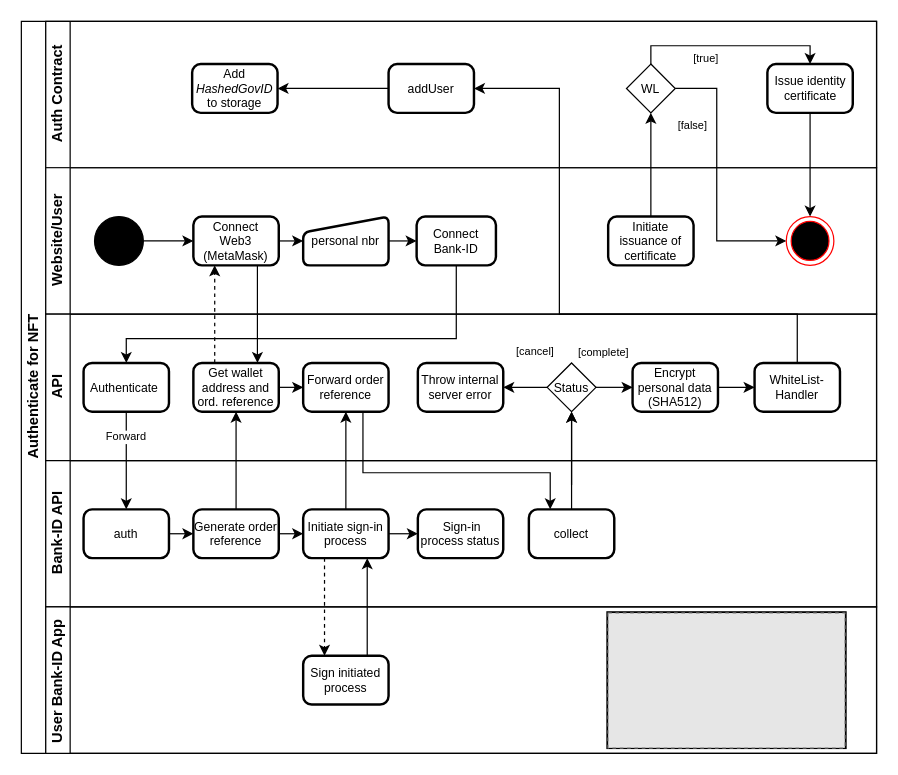
PaulMoustakas/Project-T keeps this draw.io diagram as TokanizedBankID.drawio.drawio. Above is the earlier version. Source tidied: cells renumbered, new cells numbered last; positions are measured from the earlier drawing's top-left corner, leaving out a move shared by most shapes. Both pictures are drawn from the tidied source at 122%, with x=0, y=0 at pixel (21, 21). Pictures stored in the file or linked from it are replaced by grey dashed boxes.
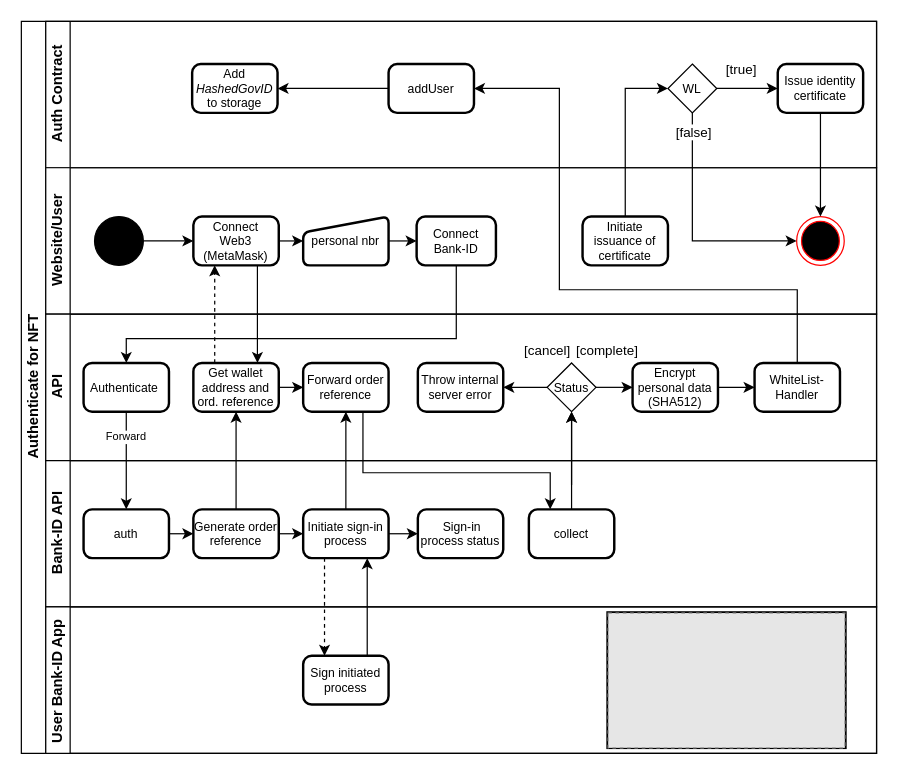
The same diagram, later.

The change refers to these unchanged cells:
```xml
<mxCell id="2" value="Authenticate for NFT" style="swimlane;html=1;horizontal=0;startSize=20;" parent="1" vertex="1">
  <mxGeometry width="701" height="600" as="geometry" />
</mxCell>
<mxCell id="7" value="Auth Contract" style="swimlane;html=1;startSize=20;horizontal=0;" parent="2" vertex="1">
  <mxGeometry x="20" width="681" height="120" as="geometry" />
</mxCell>
<mxCell id="10" value="&lt;span style=&quot;font-size: 10px&quot;&gt;addUser&lt;/span&gt;" style="rounded=1;html=1;absoluteArcSize=1;arcSize=14;strokeWidth=2;fontSize=7;whiteSpace=wrap;" parent="7" vertex="1">
  <mxGeometry x="281" y="35" width="70" height="40" as="geometry" />
</mxCell>
<mxCell id="16" value="Website/User" style="swimlane;html=1;startSize=20;horizontal=0;" parent="2" vertex="1">
  <mxGeometry x="20" y="120" width="681" height="120" as="geometry" />
</mxCell>
<mxCell id="26" value="API" style="swimlane;html=1;startSize=20;horizontal=0;" parent="2" vertex="1">
  <mxGeometry x="20" y="240" width="681" height="120" as="geometry" />
</mxCell>
<mxCell id="29" value="&lt;font style=&quot;font-size: 10px&quot;&gt;Encrypt personal data&lt;br&gt;(SHA512)&lt;br&gt;&lt;/font&gt;" style="rounded=1;html=1;absoluteArcSize=1;arcSize=14;strokeWidth=2;fontSize=7;whiteSpace=wrap;" parent="26" vertex="1">
  <mxGeometry x="481" y="40" width="70" height="40" as="geometry" />
</mxCell>
<mxCell id="30" value="&lt;font style=&quot;font-size: 10px&quot;&gt;Forward order reference&lt;/font&gt;" style="rounded=1;html=1;absoluteArcSize=1;arcSize=14;strokeWidth=2;fontSize=7;whiteSpace=wrap;" parent="26" vertex="1">
  <mxGeometry x="211" y="40" width="70" height="40" as="geometry" />
</mxCell>
<mxCell id="32" value="&lt;font style=&quot;font-size: 10px&quot;&gt;Status&lt;/font&gt;" style="rhombus;whiteSpace=wrap;html=1;fontFamily=Helvetica;fontSize=12;fontColor=#000000;align=center;" parent="26" vertex="1">
  <mxGeometry x="411" y="40" width="40" height="40" as="geometry" />
</mxCell>
<mxCell id="35" value="&lt;font style=&quot;font-size: 10px&quot;&gt;WhiteList-Handler&lt;/font&gt;" style="rounded=1;html=1;absoluteArcSize=1;arcSize=14;strokeWidth=2;fontSize=7;whiteSpace=wrap;" parent="26" vertex="1">
  <mxGeometry x="581" y="40" width="70" height="40" as="geometry" />
</mxCell>
<mxCell id="36" value="&lt;span style=&quot;font-size: 10px&quot;&gt;Throw internal server error&lt;/span&gt;" style="rounded=1;html=1;absoluteArcSize=1;arcSize=14;strokeWidth=2;fontSize=7;whiteSpace=wrap;" parent="26" vertex="1">
  <mxGeometry x="305" y="40" width="70" height="40" as="geometry" />
</mxCell>
<mxCell id="44" value="&lt;font style=&quot;font-size: 10px&quot;&gt;Initiate sign-in process&lt;/font&gt;" style="rounded=1;html=1;absoluteArcSize=1;arcSize=14;strokeWidth=2;fontSize=7;whiteSpace=wrap;" parent="39" vertex="1">
  <mxGeometry x="211" y="40" width="70" height="40" as="geometry" />
</mxCell>
<mxCell id="47" value="&lt;font style=&quot;font-size: 10px&quot;&gt;collect&lt;/font&gt;" style="rounded=1;html=1;absoluteArcSize=1;arcSize=14;strokeWidth=2;fontSize=7;whiteSpace=wrap;" parent="39" vertex="1">
  <mxGeometry x="396" y="40" width="70" height="40" as="geometry" />
</mxCell>
```

Change to the diagram source:
```diff
@@
+    <mxCell id="14" value="[true]" style="edgeStyle=orthogonalEdgeStyle;rounded=0;jettySize=auto;html=1;exitX=1;exitY=0.5;exitDx=0;exitDy=0;entryX=0;entryY=0.5;entryDx=0;entryDy=0;" parent="7" edge="1" source="8" target="12">
+      <mxGeometry x="-0.2" y="15" relative="1" as="geometry" />
+    </mxCell>
     <mxCell id="8" value="&lt;font style=&quot;font-size: 10px&quot;&gt;WL&lt;/font&gt;" style="rhombus;whiteSpace=wrap;html=1;fontFamily=Helvetica;fontSize=12;fontColor=#000000;align=center;" parent="7" vertex="1">
-      <mxGeometry x="476" y="35" width="40" height="40" as="geometry" />
+      <mxGeometry x="510" y="35" width="40" height="40" as="geometry" />
     </mxCell>
@@
     <mxCell id="12" value="&lt;font style=&quot;font-size: 10px&quot;&gt;Issue identity certificate&lt;/font&gt;" style="rounded=1;html=1;absoluteArcSize=1;arcSize=14;strokeWidth=2;fontSize=7;whiteSpace=wrap;" parent="7" vertex="1">
-      <mxGeometry x="591.5" y="35" width="70" height="40" as="geometry" />
+      <mxGeometry x="600" y="35" width="70" height="40" as="geometry" />
     </mxCell>
-    <mxCell id="13" style="edgeStyle=orthogonalEdgeStyle;rounded=0;jettySize=auto;html=1;fontSize=7;exitX=0.5;exitY=0;exitDx=0;exitDy=0;entryX=0.5;entryY=0;entryDx=0;entryDy=0;" parent="7" edge="1" source="8" target="12">
-      <mxGeometry relative="1" as="geometry">
-        <Array as="points">
-          <mxPoint x="496" y="20" />
-          <mxPoint x="627" y="20" />
-        </Array>
-      </mxGeometry>
-    </mxCell>
-    <mxCell id="14" value="&lt;font style=&quot;font-size: 9px&quot;&gt;[true]&lt;/font&gt;" style="edgeLabel;html=1;align=center;verticalAlign=middle;fontSize=7;" parent="13" vertex="1">
-      <mxGeometry x="-0.38" y="-1" relative="1" as="geometry">
-        <mxPoint x="9" y="9" as="offset" />
-      </mxGeometry>
-    </mxCell>
     <mxCell id="15" style="edgeStyle=orthogonalEdgeStyle;rounded=0;jettySize=auto;html=1;fontSize=7;strokeColor=default;exitX=0.5;exitY=0;exitDx=0;exitDy=0;entryX=1;entryY=0.5;entryDx=0;entryDy=0;" parent="2" edge="1" source="35" target="10">
       <mxGeometry relative="1" as="geometry">
         <Array as="points">
-          <mxPoint x="636" y="240" />
-          <mxPoint x="441" y="240" />
+          <mxPoint x="636" y="220" />
+          <mxPoint x="441" y="220" />
           <mxPoint x="441" y="55" />
         </Array>
       </mxGeometry>
     </mxCell>
@@
     <mxCell id="24" value="&lt;font style=&quot;font-size: 10px&quot;&gt;Initiate issuance of certificate&lt;/font&gt;" style="rounded=1;html=1;absoluteArcSize=1;arcSize=14;strokeWidth=2;fontSize=7;whiteSpace=wrap;" parent="16" vertex="1">
-      <mxGeometry x="461" y="40" width="70" height="40" as="geometry" />
+      <mxGeometry x="440" y="40" width="70" height="40" as="geometry" />
     </mxCell>
     <mxCell id="25" style="ellipse;html=1;shape=endState;fillColor=#000000;strokeColor=#ff0000;fontSize=9;" parent="16" vertex="1">
-      <mxGeometry x="607" y="40" width="39" height="40" as="geometry" />
+      <mxGeometry x="615.5" y="40" width="39" height="40" as="geometry" />
     </mxCell>
@@
-    <mxCell id="31" value="&lt;font style=&quot;font-size: 9px&quot;&gt;[cancel]&lt;/font&gt;" style="edgeStyle=orthogonalEdgeStyle;rounded=0;jettySize=auto;html=1;fontSize=10;strokeColor=default;exitX=0;exitY=0.5;exitDx=0;exitDy=0;entryX=1;entryY=0.5;entryDx=0;entryDy=0;" parent="26" edge="1" source="32" target="36">
-      <mxGeometry x="-0.44" y="-30" relative="1" as="geometry" />
+    <mxCell id="31" value="[cancel]" style="edgeStyle=orthogonalEdgeStyle;rounded=0;jettySize=auto;html=1;exitX=0;exitY=0.5;exitDx=0;exitDy=0;entryX=1;entryY=0.5;entryDx=0;entryDy=0;" parent="26" edge="1" source="32" target="36">
+      <mxGeometry x="-1" y="-30" relative="1" as="geometry" />
     </mxCell>
+    <mxCell id="37" value="[complete]" style="edgeStyle=orthogonalEdgeStyle;rounded=0;jettySize=auto;html=1;exitX=1;exitY=0.5;exitDx=0;exitDy=0;entryX=0;entryY=0.5;entryDx=0;entryDy=0;" parent="26" edge="1" source="32" target="29">
+      <mxGeometry x="-0.4" y="30" relative="1" as="geometry" />
+    </mxCell>
@@
-    <mxCell id="37" style="edgeStyle=orthogonalEdgeStyle;rounded=0;jettySize=auto;html=1;entryX=0;entryY=0.5;entryDx=0;entryDy=0;fontSize=11;exitX=1;exitY=0.5;exitDx=0;exitDy=0;" parent="26" edge="1" source="32" target="29">
-      <mxGeometry relative="1" as="geometry" />
-    </mxCell>
-    <mxCell id="38" value="&lt;font style=&quot;font-size: 9px&quot;&gt;&lt;span&gt;[c&lt;/span&gt;&lt;font style=&quot;font-size: 9px&quot;&gt;omplete&lt;/font&gt;&lt;span&gt;]&lt;/span&gt;&lt;/font&gt;" style="edgeLabel;html=1;align=center;verticalAlign=middle;fontSize=11;" parent="37" vertex="1">
-      <mxGeometry x="-0.39" y="2" relative="1" as="geometry">
-        <mxPoint x="-4" y="-28" as="offset" />
-      </mxGeometry>
-    </mxCell>
@@
-    <mxCell id="58" style="edgeStyle=orthogonalEdgeStyle;rounded=0;jettySize=auto;html=1;exitX=0.5;exitY=0;exitDx=0;exitDy=0;entryX=0.5;entryY=1;entryDx=0;entryDy=0;fontSize=10;strokeColor=default;" parent="2" edge="1" source="24" target="8">
+    <mxCell id="58" style="edgeStyle=orthogonalEdgeStyle;rounded=0;jettySize=auto;html=1;exitX=0.5;exitY=0;exitDx=0;exitDy=0;entryX=0;entryY=0.5;entryDx=0;entryDy=0;fontSize=10;strokeColor=default;" parent="2" edge="1" source="24" target="8">
       <mxGeometry relative="1" as="geometry">
         <Array as="points">
-          <mxPoint x="516" y="130" />
-          <mxPoint x="516" y="130" />
+          <mxPoint x="495" y="55" />
         </Array>
       </mxGeometry>
     </mxCell>
@@
+    <mxCell id="62" style="edgeStyle=orthogonalEdgeStyle;rounded=0;jettySize=auto;html=1;" parent="2" edge="1" source="44" target="30">
+      <mxGeometry relative="1" as="geometry" />
+    </mxCell>
+    <mxCell id="63" style="edgeStyle=orthogonalEdgeStyle;rounded=0;jettySize=auto;html=1;exitX=0.5;exitY=0;exitDx=0;exitDy=0;" parent="2" edge="1" source="47" target="32">
+      <mxGeometry relative="1" as="geometry" />
+    </mxCell>
-    <mxCell id="60" style="edgeStyle=orthogonalEdgeStyle;rounded=0;jettySize=auto;html=1;fontSize=10;strokeColor=default;entryX=0;entryY=0.5;entryDx=0;entryDy=0;" parent="2" edge="1" source="8" target="25">
-      <mxGeometry relative="1" as="geometry">
-        <Array as="points">
-          <mxPoint x="570" y="55" />
-          <mxPoint x="570" y="180" />
-        </Array>
-      </mxGeometry>
+    <mxCell id="60" style="edgeStyle=orthogonalEdgeStyle;rounded=0;jettySize=auto;html=1;exitX=0.5;exitY=1;exitDx=0;exitDy=0;entryX=0;entryY=0.5;entryDx=0;entryDy=0;" parent="2" edge="1" source="8" target="25">
+      <mxGeometry relative="1" as="geometry" />
     </mxCell>
-    <mxCell id="61" value="&lt;font style=&quot;font-size: 9px&quot;&gt;[false]&lt;/font&gt;" style="edgeLabel;html=1;align=center;verticalAlign=middle;fontSize=10;" parent="60" vertex="1">
-      <mxGeometry x="-0.42" y="3" relative="1" as="geometry">
-        <mxPoint x="-24" as="offset" />
+    <mxCell id="61" value="[false]" style="edgeLabel;html=1;align=center;verticalAlign=middle;" parent="60" vertex="1">
+      <mxGeometry x="-0.7" y="-1" relative="1" as="geometry">
+        <mxPoint x="1" y="-14" as="offset" />
       </mxGeometry>
     </mxCell>
-    <mxCell id="62" style="edgeStyle=orthogonalEdgeStyle;rounded=0;jettySize=auto;html=1;" parent="2" edge="1" source="44" target="30">
-      <mxGeometry relative="1" as="geometry" />
-    </mxCell>
-    <mxCell id="63" style="edgeStyle=orthogonalEdgeStyle;rounded=0;jettySize=auto;html=1;exitX=0.5;exitY=0;exitDx=0;exitDy=0;" parent="2" edge="1" source="47" target="32">
-      <mxGeometry relative="1" as="geometry" />
-    </mxCell>
```
